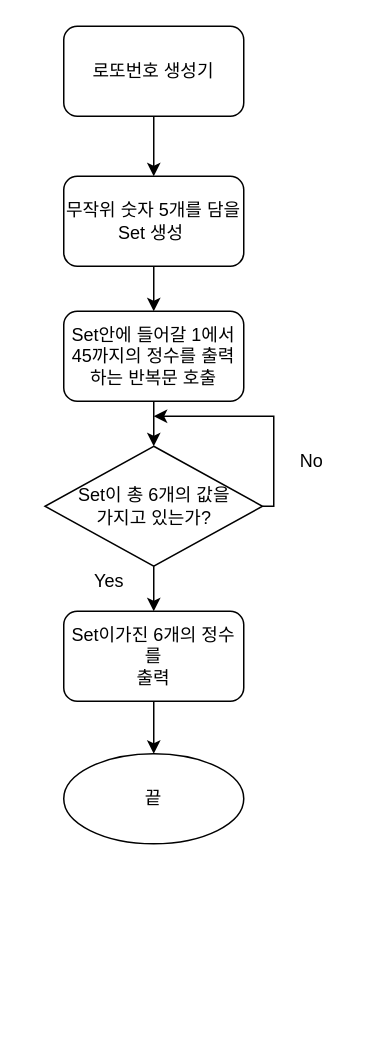
Before: LottoFlow.drawio in yagom-academy/swift-starter-Round2, a draw.io diagram. Source tidied: cells renumbered, new cells numbered last; positions are measured from the earlier drawing's top-left corner, leaving out a move shared by most shapes. Both pictures are drawn from the tidied source at 150%, with x=0, y=0 at pixel (45, 26).
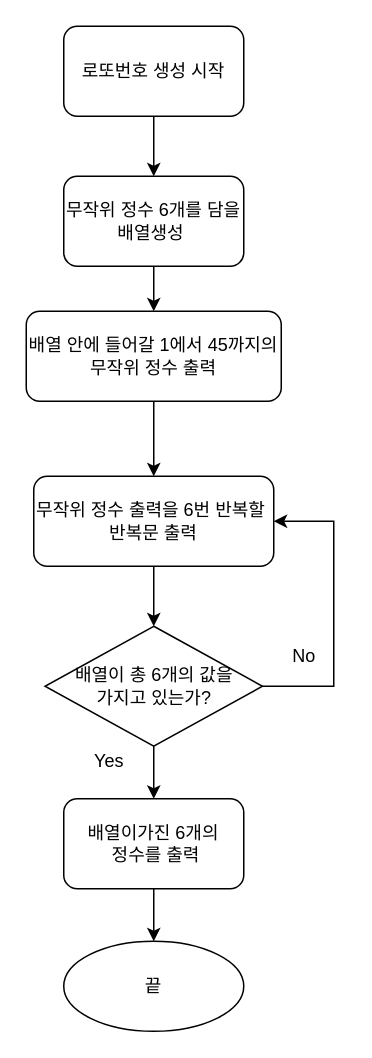
The same diagram, later.

Commit message (it also covers changes not shown here):
Docs:fix code flow document 1. -오타수정 -알맞지 않은 명칭 수정

-

What changed in the source:
```diff
@@
 <mxGraphModel>
   <root>
     <mxCell id="0" />
     <mxCell id="1" parent="0" />
     <mxCell id="2" style="edgeStyle=orthogonalEdgeStyle;rounded=0;jettySize=auto;html=1;" parent="1" edge="1" source="3" target="5">
       <mxGeometry relative="1" as="geometry" />
     </mxCell>
-    <mxCell id="3" value="로또번호 생성기" style="rounded=1;whiteSpace=wrap;html=1;" parent="1" vertex="1">
+    <mxCell id="3" value="로또번호 생성 시작" style="rounded=1;whiteSpace=wrap;html=1;" parent="1" vertex="1">
       <mxGeometry x="12" width="120" height="60" as="geometry" />
     </mxCell>
     <mxCell id="4" style="edgeStyle=orthogonalEdgeStyle;rounded=0;jettySize=auto;html=1;" parent="1" edge="1" source="5" target="7">
       <mxGeometry relative="1" as="geometry" />
     </mxCell>
-    <mxCell id="5" value="무작위 숫자 5개를 담을Set 생성&amp;nbsp;" style="rounded=1;whiteSpace=wrap;html=1;" parent="1" vertex="1">
+    <mxCell id="5" value="무작위 정수 6개를 담을&lt;br&gt;배열생성&amp;nbsp;" style="rounded=1;whiteSpace=wrap;html=1;" parent="1" vertex="1">
       <mxGeometry x="12" y="100" width="120" height="60" as="geometry" />
     </mxCell>
-    <mxCell id="6" style="edgeStyle=orthogonalEdgeStyle;rounded=0;jettySize=auto;html=1;" parent="1" edge="1" source="7" target="10">
-      <mxGeometry relative="1" as="geometry" />
-    </mxCell>
+    <mxCell id="16" style="edgeStyle=orthogonalEdgeStyle;rounded=0;jettySize=auto;html=1;" parent="1" edge="1" source="7" target="19">
+      <mxGeometry relative="1" as="geometry" />
+    </mxCell>
-    <mxCell id="7" value="Set안에 들어갈 1에서 45까지의 정수를 출력하는 반복문 호출" style="rounded=1;whiteSpace=wrap;html=1;" parent="1" vertex="1">
-      <mxGeometry x="12" y="190" width="120" height="60" as="geometry" />
+    <mxCell id="7" value="배열 안에 들어갈 1에서 45까지의 무작위 정수 출력" style="rounded=1;whiteSpace=wrap;html=1;" parent="1" vertex="1">
+      <mxGeometry x="-13" y="190" width="170" height="60" as="geometry" />
     </mxCell>
     <mxCell id="8" style="edgeStyle=orthogonalEdgeStyle;rounded=0;jettySize=auto;html=1;" parent="1" edge="1" source="10" target="12">
       <mxGeometry relative="1" as="geometry" />
     </mxCell>
-    <mxCell id="9" style="edgeStyle=orthogonalEdgeStyle;rounded=0;jettySize=auto;html=1;" parent="1" edge="1" source="10">
-      <mxGeometry relative="1" as="geometry">
-        <mxPoint x="72" y="260" as="targetPoint" />
-        <Array as="points">
-          <mxPoint x="152" y="320" />
-          <mxPoint x="152" y="260" />
-        </Array>
-      </mxGeometry>
-    </mxCell>
+    <mxCell id="17" style="edgeStyle=orthogonalEdgeStyle;rounded=0;jettySize=auto;html=1;entryX=1;entryY=0.5;entryDx=0;entryDy=0;" parent="1" edge="1" source="10" target="19">
+      <mxGeometry relative="1" as="geometry">
+        <Array as="points">
+          <mxPoint x="192" y="440" />
+          <mxPoint x="192" y="330" />
+        </Array>
+      </mxGeometry>
+    </mxCell>
-    <mxCell id="10" value="Set이 총 6개의 값을&lt;br&gt;가지고 있는가?" style="rhombus;whiteSpace=wrap;html=1;" parent="1" vertex="1">
-      <mxGeometry x="-0.5" y="280" width="145" height="80" as="geometry" />
+    <mxCell id="10" value="배열이 총 6개의 값을&lt;br&gt;가지고 있는가?" style="rhombus;whiteSpace=wrap;html=1;" parent="1" vertex="1">
+      <mxGeometry x="-0.5" y="400" width="145" height="80" as="geometry" />
     </mxCell>
     <mxCell id="11" style="edgeStyle=orthogonalEdgeStyle;rounded=0;jettySize=auto;html=1;" parent="1" edge="1" source="12" target="13">
       <mxGeometry relative="1" as="geometry" />
     </mxCell>
-    <mxCell id="12" value="Set이가진 6개의 정수를&lt;br&gt;출력" style="rounded=1;whiteSpace=wrap;html=1;" parent="1" vertex="1">
-      <mxGeometry x="12" y="390" width="120" height="60" as="geometry" />
+    <mxCell id="12" value="배열이가진 6개의&lt;br&gt;&amp;nbsp;정수를 출력" style="rounded=1;whiteSpace=wrap;html=1;" parent="1" vertex="1">
+      <mxGeometry x="12" y="515" width="120" height="60" as="geometry" />
     </mxCell>
     <mxCell id="13" value="끝" style="ellipse;whiteSpace=wrap;html=1;" parent="1" vertex="1">
-      <mxGeometry x="12" y="485" width="120" height="60" as="geometry" />
+      <mxGeometry x="12" y="610" width="120" height="60" as="geometry" />
     </mxCell>
     <mxCell id="14" value="Yes" style="text;html=1;align=center;verticalAlign=middle;strokeColor=none;fillColor=none;" parent="1" vertex="1">
-      <mxGeometry x="22" y="360" width="40" height="20" as="geometry" />
+      <mxGeometry x="22" y="480" width="40" height="20" as="geometry" />
     </mxCell>
     <mxCell id="15" value="No" style="text;html=1;align=center;verticalAlign=middle;strokeColor=none;fillColor=none;" parent="1" vertex="1">
-      <mxGeometry x="162" y="280" width="30" height="20" as="geometry" />
+      <mxGeometry x="157" y="410" width="30" height="20" as="geometry" />
     </mxCell>
+    <mxCell id="18" style="edgeStyle=orthogonalEdgeStyle;rounded=0;jettySize=auto;html=1;" parent="1" edge="1" source="19" target="10">
+      <mxGeometry relative="1" as="geometry" />
+    </mxCell>
+    <mxCell id="19" value="무작위 정수 출력을 6번 반복할&amp;nbsp;&lt;br&gt;반복문 출력" style="rounded=1;whiteSpace=wrap;html=1;" parent="1" vertex="1">
+      <mxGeometry x="-8" y="300" width="160" height="60" as="geometry" />
+    </mxCell>
   </root>
 </mxGraphModel>
```
